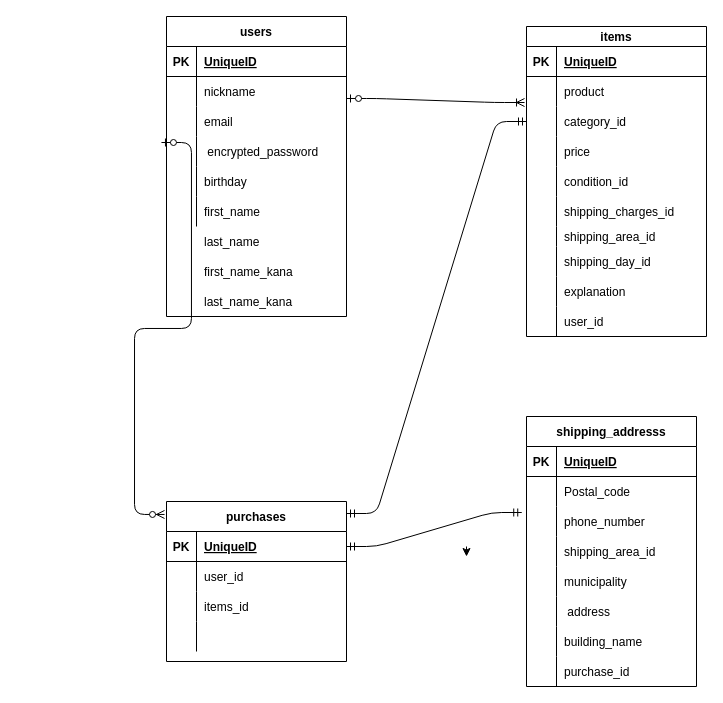
Above: test.dio in nakayamagenta/furima-35055 (draw.io), before the change. Source tidied: cells renumbered, new cells numbered last; positions are measured from the earlier drawing's top-left corner, leaving out a move shared by most shapes. Both pictures are drawn from the tidied source at 100%, with x=0, y=0 at pixel (16, 16).
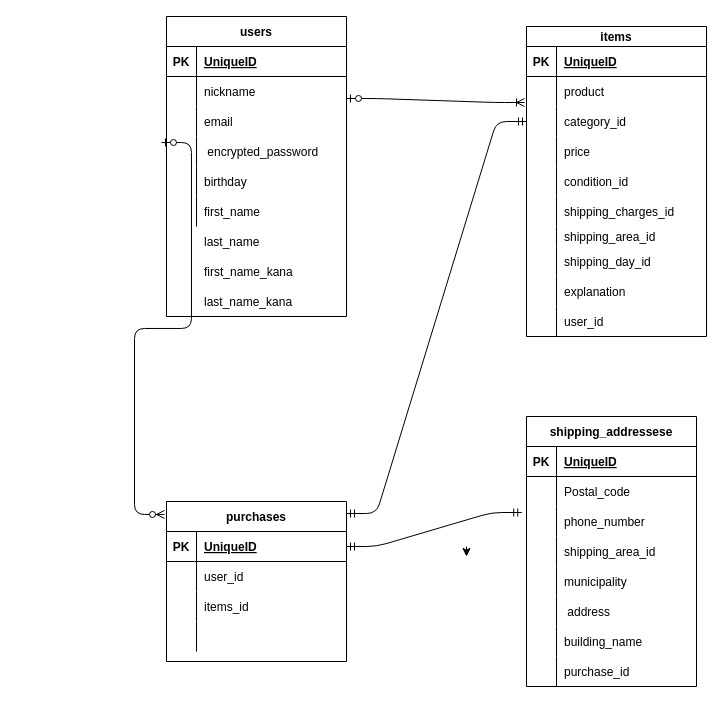
Above is the later version.

What changed in the source:
```diff
@@
-    <mxCell id="46" value="shipping_addresss" style="shape=table;startSize=30;childLayout=tableLayout;rowLines=0;fontStyle=1;align=center;" parent="1" vertex="1">
+    <mxCell id="46" value="shipping_addressese" style="shape=table;startSize=30;childLayout=tableLayout;rowLines=0;fontStyle=1;align=center;" parent="1" vertex="1">
       <mxGeometry x="510" y="400" width="170" height="270" as="geometry" />
     </mxCell>
```
